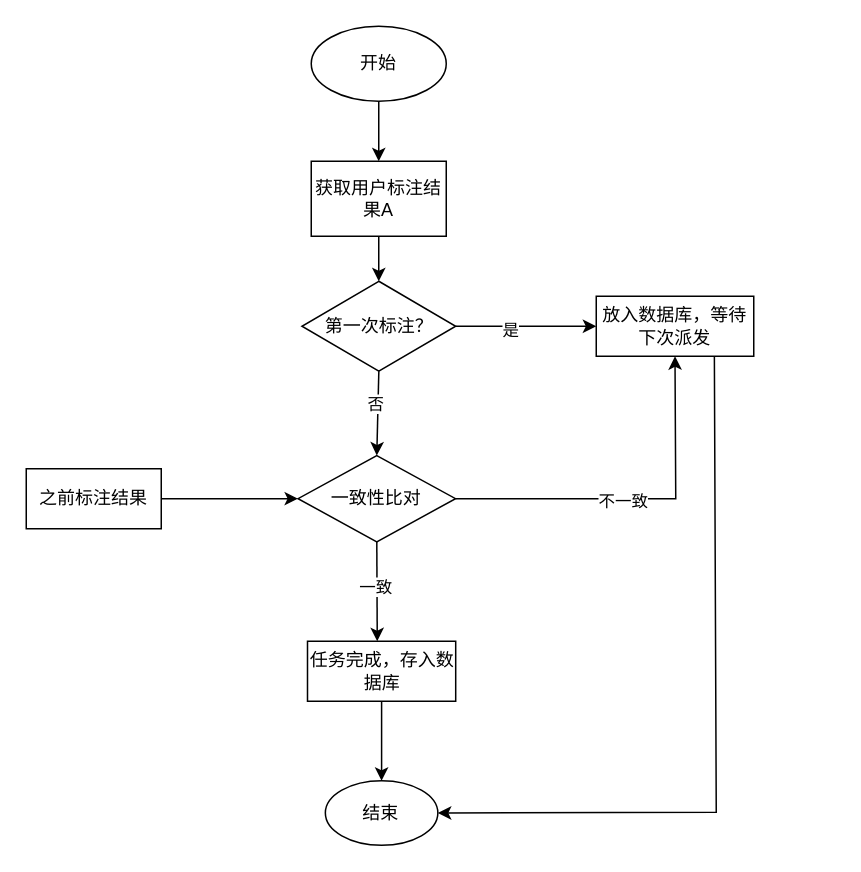
Earlier version of the draw.io diagram page "第 3 页" (3 of 3) of diagrams/分发系统.drawio (sduoffline/sapphire-doc). Source tidied: cells renumbered, new cells numbered last; positions are measured from the earlier drawing's top-left corner, leaving out a move shared by most shapes. Both pictures are drawn from the tidied source at 150%, with x=0, y=0 at pixel (26, 26).
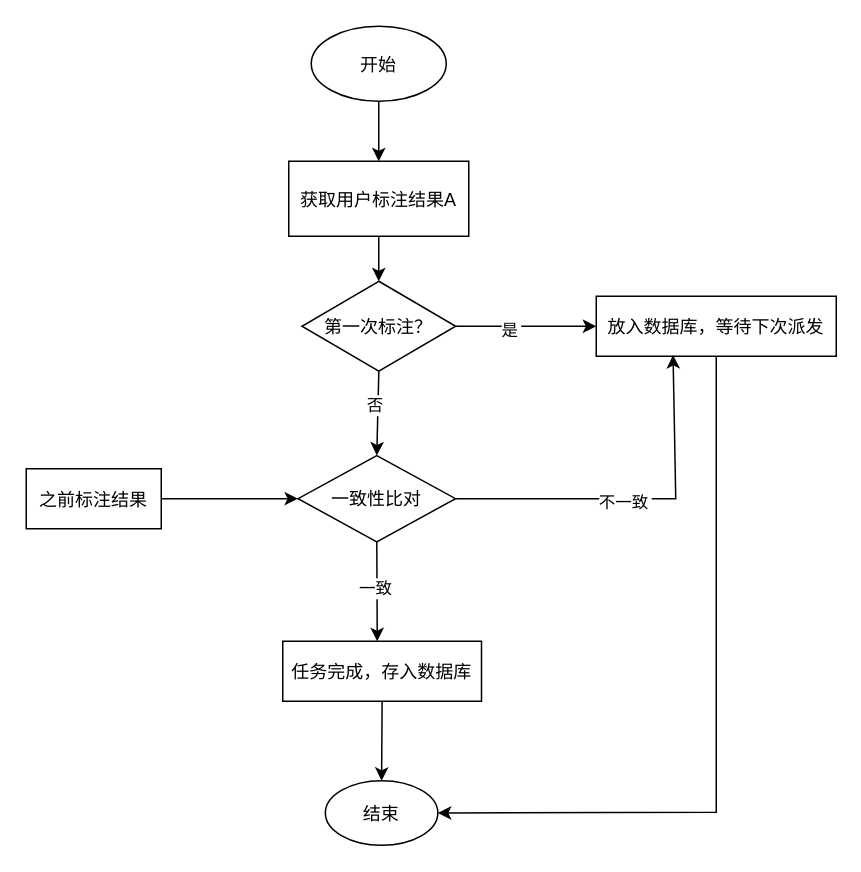
After the change.

Change to the diagram source:
```diff
@@
-    <mxCell id="2" value="开始" style="ellipse;whiteSpace=wrap;html=1;" parent="1" vertex="1">
+    <mxCell id="2" value="开始" style="ellipse;" parent="1" vertex="1">
       <mxGeometry x="190" width="90" height="50" as="geometry" />
     </mxCell>
-    <mxCell id="3" style="endArrow=classic;html=1;rounded=0;exitX=0.5;exitY=1;exitDx=0;exitDy=0;" parent="1" edge="1" source="2">
+    <mxCell id="3" style="endArrow=classic;rounded=0;exitX=0.5;exitY=1;exitDx=0;exitDy=0;" parent="1" edge="1" source="2">
       <mxGeometry relative="1" as="geometry">
         <mxPoint x="235" y="90" as="targetPoint" />
       </mxGeometry>
     </mxCell>
-    <mxCell id="4" value="获取用户标注结果A" style="rounded=0;whiteSpace=wrap;html=1;" parent="1" vertex="1">
-      <mxGeometry x="190" y="90" width="90" height="50" as="geometry" />
+    <mxCell id="4" value="获取用户标注结果A" style="rounded=0;" parent="1" vertex="1">
+      <mxGeometry x="175" y="90" width="120" height="50" as="geometry" />
     </mxCell>
-    <mxCell id="5" style="endArrow=classic;html=1;rounded=0;exitX=0.5;exitY=1;exitDx=0;exitDy=0;" parent="1" edge="1" source="4" target="6">
+    <mxCell id="5" style="endArrow=classic;rounded=0;exitX=0.5;exitY=1;exitDx=0;exitDy=0;" parent="1" edge="1" source="4" target="6">
       <mxGeometry relative="1" as="geometry" />
     </mxCell>
-    <mxCell id="6" value="第一次标注？" style="rhombus;whiteSpace=wrap;html=1;" parent="1" vertex="1">
+    <mxCell id="6" value="第一次标注？" style="rhombus;" parent="1" vertex="1">
       <mxGeometry x="183.8" y="170" width="102.5" height="60" as="geometry" />
     </mxCell>
-    <mxCell id="7" style="endArrow=classic;html=1;rounded=0;exitX=1;exitY=0.5;exitDx=0;exitDy=0;" parent="1" edge="1" source="6">
+    <mxCell id="7" style="endArrow=classic;rounded=0;exitX=1;exitY=0.5;exitDx=0;exitDy=0;" parent="1" edge="1" source="6">
       <mxGeometry relative="1" as="geometry">
         <mxPoint x="380" y="200" as="targetPoint" />
       </mxGeometry>
     </mxCell>
-    <mxCell id="8" value="是" style="edgeLabel;html=1;align=center;verticalAlign=middle;" parent="7" vertex="1">
+    <mxCell id="8" value="是" style="edgeLabel;align=center;verticalAlign=middle;" parent="7" vertex="1">
       <mxGeometry x="-0.23" y="-2" relative="1" as="geometry" />
     </mxCell>
-    <mxCell id="9" value="放入数据库，等待下次派发" style="rounded=0;whiteSpace=wrap;html=1;" parent="1" vertex="1">
-      <mxGeometry x="380" y="180" width="105" height="40" as="geometry" />
+    <mxCell id="9" value="放入数据库，等待下次派发" style="rounded=0;" parent="1" vertex="1">
+      <mxGeometry x="380" y="180" width="160" height="40" as="geometry" />
     </mxCell>
-    <mxCell id="10" style="endArrow=classic;html=1;rounded=0;exitX=0.5;exitY=1;exitDx=0;exitDy=0;entryX=0.5;entryY=0;entryDx=0;entryDy=0;" parent="1" edge="1" source="6" target="14">
+    <mxCell id="10" style="endArrow=classic;rounded=0;exitX=0.5;exitY=1;exitDx=0;exitDy=0;entryX=0.5;entryY=0;entryDx=0;entryDy=0;" parent="1" edge="1" source="6" target="14">
       <mxGeometry relative="1" as="geometry" />
     </mxCell>
-    <mxCell id="11" value="否" style="edgeLabel;html=1;align=center;verticalAlign=middle;" parent="10" vertex="1">
+    <mxCell id="11" value="否" style="edgeLabel;align=center;verticalAlign=middle;" parent="10" vertex="1">
       <mxGeometry x="-0.22" y="-2" relative="1" as="geometry" />
     </mxCell>
-    <mxCell id="12" value="之前标注结果" style="rounded=0;whiteSpace=wrap;html=1;" parent="1" vertex="1">
+    <mxCell id="12" value="之前标注结果" style="rounded=0;" parent="1" vertex="1">
       <mxGeometry y="295" width="90" height="40" as="geometry" />
     </mxCell>
-    <mxCell id="13" style="endArrow=classic;html=1;rounded=0;exitX=1;exitY=0.5;exitDx=0;exitDy=0;entryX=0;entryY=0.5;entryDx=0;entryDy=0;" parent="1" edge="1" source="12" target="14">
+    <mxCell id="13" style="endArrow=classic;rounded=0;exitX=1;exitY=0.5;exitDx=0;exitDy=0;entryX=0;entryY=0.5;entryDx=0;entryDy=0;" parent="1" edge="1" source="12" target="14">
       <mxGeometry relative="1" as="geometry" />
     </mxCell>
-    <mxCell id="14" value="一致性比对" style="rhombus;whiteSpace=wrap;html=1;" parent="1" vertex="1">
+    <mxCell id="14" value="一致性比对" style="rhombus;" parent="1" vertex="1">
       <mxGeometry x="181.2" y="286.2" width="105" height="57.5" as="geometry" />
     </mxCell>
-    <mxCell id="15" style="endArrow=classic;html=1;rounded=0;exitX=1;exitY=0.5;exitDx=0;exitDy=0;entryX=0.5;entryY=1;entryDx=0;entryDy=0;" parent="1" edge="1" source="14" target="9">
+    <mxCell id="15" style="endArrow=classic;rounded=0;exitX=1;exitY=0.5;exitDx=0;exitDy=0;entryX=0.32;entryY=0.98;entryDx=0;entryDy=0;entryPerimeter=0;" parent="1" edge="1" source="14" target="9">
       <mxGeometry relative="1" as="geometry">
         <Array as="points">
           <mxPoint x="433" y="315" />
         </Array>
       </mxGeometry>
     </mxCell>
-    <mxCell id="16" value="不一致" style="edgeLabel;html=1;align=center;verticalAlign=middle;" parent="15" vertex="1">
+    <mxCell id="16" value="不一致" style="edgeLabel;align=center;verticalAlign=middle;" parent="15" vertex="1">
       <mxGeometry x="-0.08" y="-2" relative="1" as="geometry" />
     </mxCell>
-    <mxCell id="17" style="endArrow=classic;html=1;rounded=0;exitX=0.5;exitY=1;exitDx=0;exitDy=0;" parent="1" edge="1" source="14">
+    <mxCell id="17" style="endArrow=classic;rounded=0;exitX=0.5;exitY=1;exitDx=0;exitDy=0;" parent="1" edge="1" source="14">
       <mxGeometry relative="1" as="geometry">
         <mxPoint x="234" y="410" as="targetPoint" />
       </mxGeometry>
     </mxCell>
-    <mxCell id="18" value="一致" style="edgeLabel;html=1;align=center;verticalAlign=middle;" parent="17" vertex="1">
+    <mxCell id="18" value="一致" style="edgeLabel;align=center;verticalAlign=middle;" parent="17" vertex="1">
       <mxGeometry x="-0.11" y="-1" relative="1" as="geometry" />
     </mxCell>
-    <mxCell id="19" value="任务完成，存入数据库" style="rounded=0;whiteSpace=wrap;html=1;" parent="1" vertex="1">
-      <mxGeometry x="187.5" y="410" width="98.8" height="40" as="geometry" />
+    <mxCell id="19" value="任务完成，存入数据库" style="rounded=0;" parent="1" vertex="1">
+      <mxGeometry x="171" y="410" width="132.5" height="40" as="geometry" />
     </mxCell>
-    <mxCell id="20" value="结束" style="ellipse;whiteSpace=wrap;html=1;" parent="1" vertex="1">
+    <mxCell id="20" value="结束" style="ellipse;" parent="1" vertex="1">
       <mxGeometry x="199.4" y="503" width="75" height="43" as="geometry" />
     </mxCell>
-    <mxCell id="21" style="endArrow=classic;html=1;rounded=0;exitX=0.5;exitY=1;exitDx=0;exitDy=0;entryX=0.5;entryY=0;entryDx=0;entryDy=0;" parent="1" edge="1" source="19" target="20">
+    <mxCell id="21" style="endArrow=classic;rounded=0;exitX=0.5;exitY=1;exitDx=0;exitDy=0;entryX=0.5;entryY=0;entryDx=0;entryDy=0;" parent="1" edge="1" source="19" target="20">
       <mxGeometry relative="1" as="geometry" />
     </mxCell>
-    <mxCell id="22" style="endArrow=classic;html=1;rounded=0;exitX=0.75;exitY=1;exitDx=0;exitDy=0;entryX=1;entryY=0.5;entryDx=0;entryDy=0;" parent="1" edge="1" source="9" target="20">
+    <mxCell id="22" style="endArrow=classic;rounded=0;entryX=1;entryY=0.5;entryDx=0;entryDy=0;" parent="1" edge="1" source="9" target="20">
       <mxGeometry relative="1" as="geometry">
         <Array as="points">
           <mxPoint x="460" y="524" />
         </Array>
       </mxGeometry>
     </mxCell>
```
